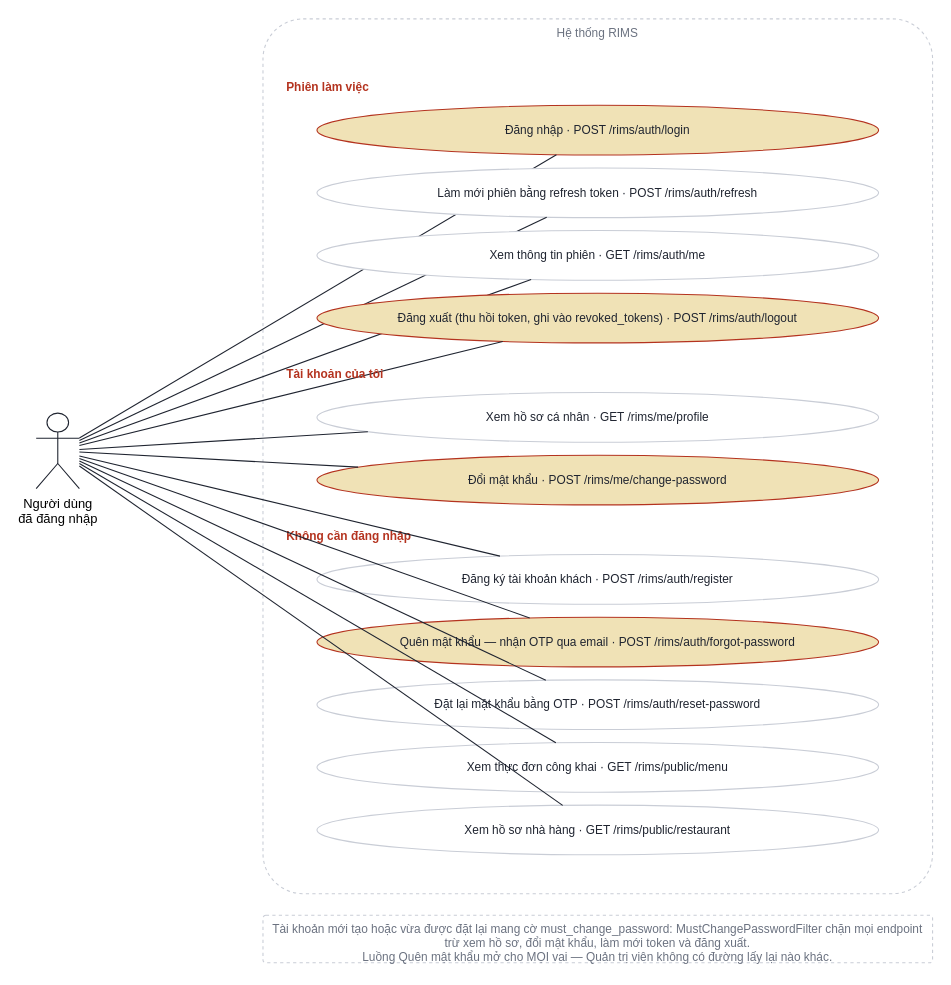
Above: page "Authenticated user UCS" (1 of 11) of docs/UC_SCR.drawio in AnhTuan2111/RIMS (draw.io), before the change. Source tidied: cells renumbered, new cells numbered last; positions are measured from the earlier drawing's top-left corner, leaving out a move shared by most shapes. Both pictures are drawn from the tidied source at 108%, with x=0, y=0 at pixel (36, 18).
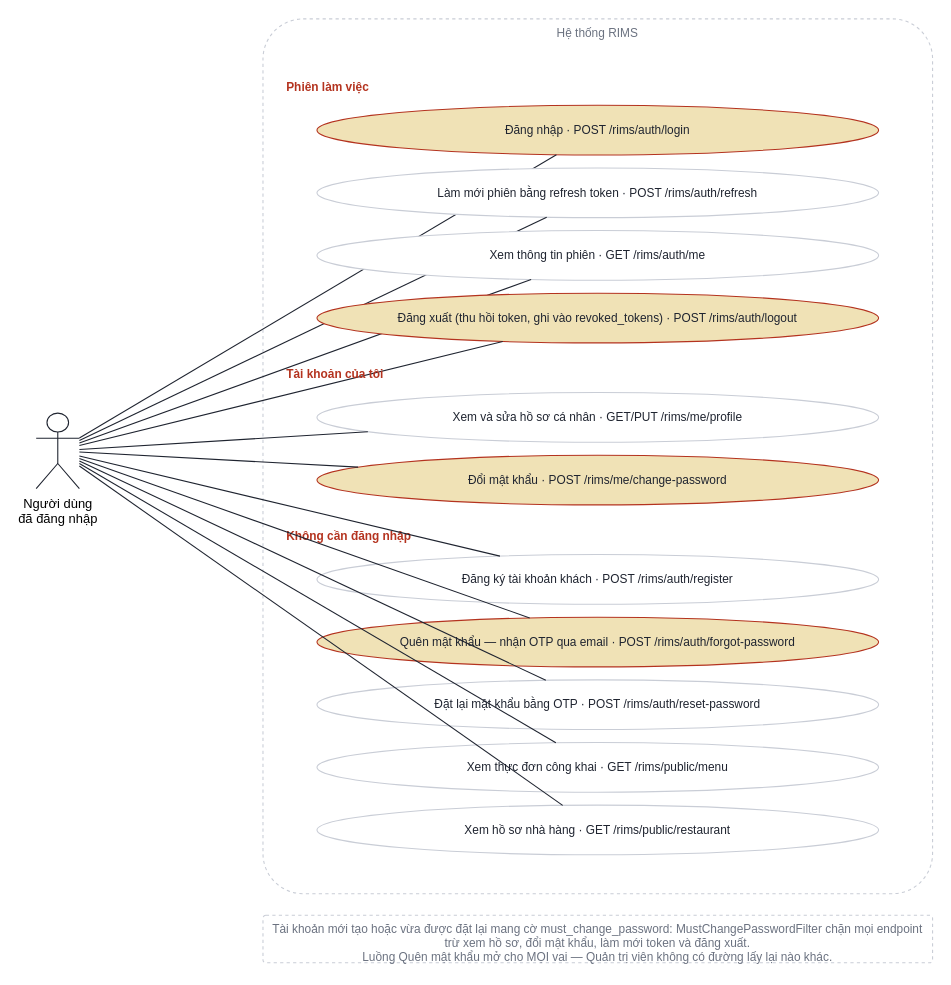
After the change.

Diff of the diagram source:
```diff
@@
-    <mxCell id="14" value="Xem hồ sơ cá nhân  ·  GET /rims/me/profile" style="ellipse;whiteSpace=wrap;html=1;fillColor=#ffffff;strokeColor=#c9cdd6;fontColor=#1f2430;fontSize=11;" parent="1" vertex="1">
+    <mxCell id="14" value="Xem và sửa hồ sơ cá nhân  ·  GET/PUT /rims/me/profile" style="ellipse;whiteSpace=wrap;html=1;fillColor=#ffffff;strokeColor=#c9cdd6;fontColor=#1f2430;fontSize=11;" parent="1" vertex="1">
       <mxGeometry x="260" y="346" width="520" height="46" as="geometry" />
     </mxCell>
```
